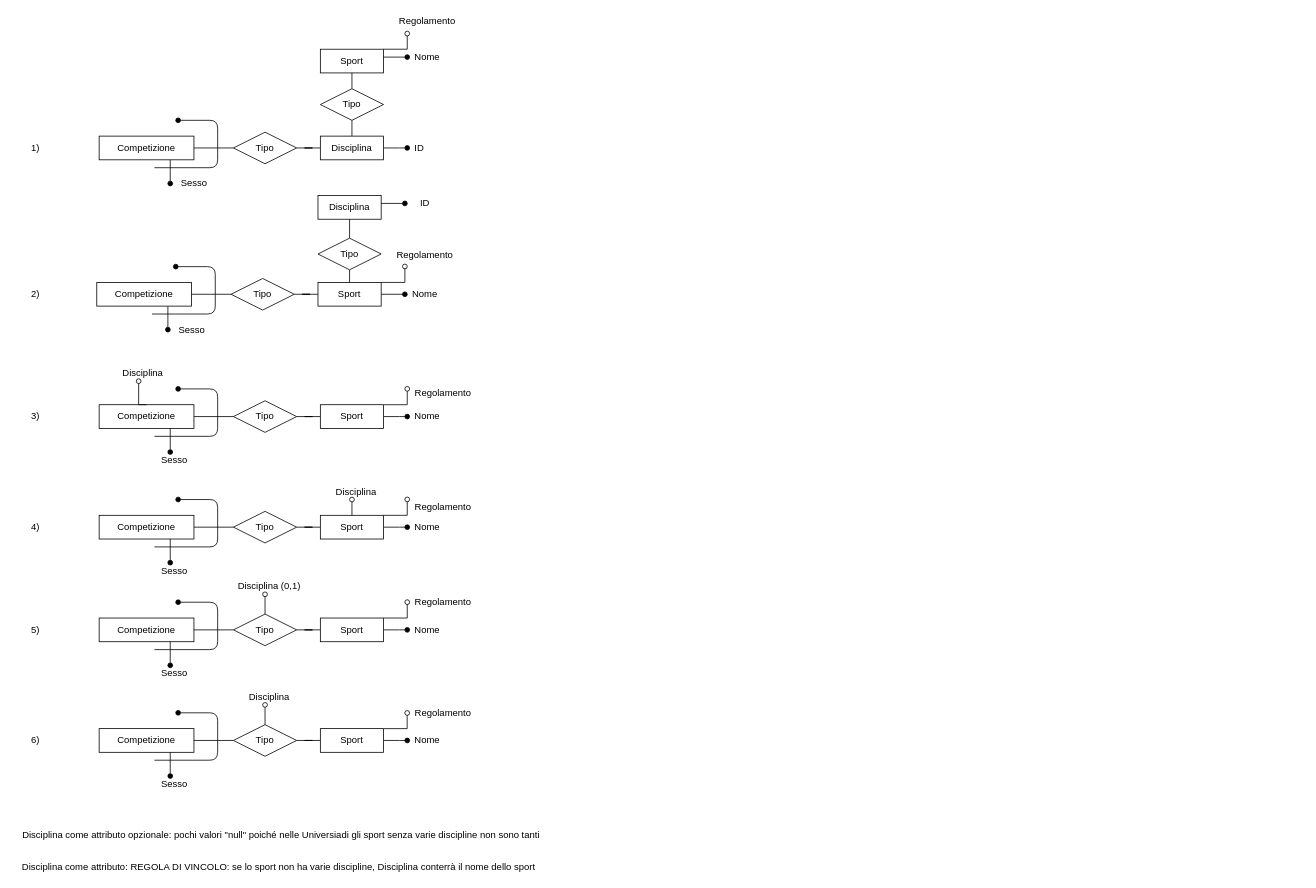
The draw.io diagram Varie opzioni Disciplina.drawio in giovannivelludo/database-project, before the edit. Source tidied: cells renumbered, new cells numbered last; positions are measured from the earlier drawing's top-left corner, leaving out a move shared by most shapes. Both pictures are drawn from the tidied source at 79%, with x=0, y=0 at pixel (13, 13).
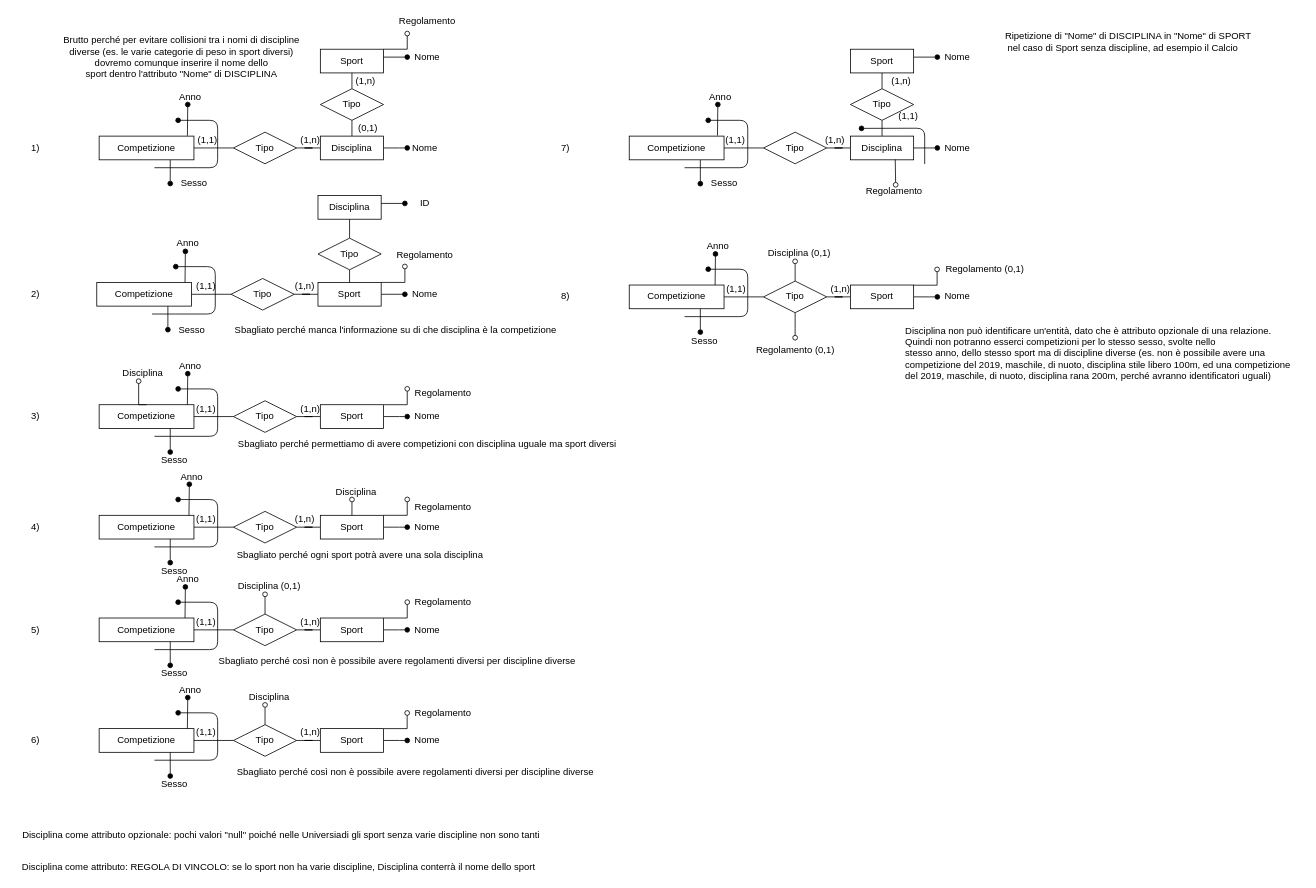
The same page after the edit.

Commit message:
Correzioni, aggiunta di alcune cardinalità

The change refers to these unchanged cells:
```xml
<mxCell id="74" value="Competizione" style="rounded=0;whiteSpace=wrap;html=1;" parent="1" vertex="1">
  <mxGeometry x="108" y="154.8" width="120" height="30" as="geometry" />
</mxCell>
```

What changed in the source:
```diff
@@
-    <mxCell id="86" value="ID" style="text;html=1;align=center;verticalAlign=middle;" parent="1" vertex="1">
-      <mxGeometry x="498" y="159.8" width="30" height="20" as="geometry" />
+    <mxCell id="86" value="&lt;div&gt;Nome&lt;/div&gt;" style="text;html=1;align=center;verticalAlign=middle;" parent="1" vertex="1">
+      <mxGeometry x="495" y="159.8" width="50" height="20" as="geometry" />
     </mxCell>
@@
+    <mxCell id="102" style="edgeStyle=orthogonalEdgeStyle;rounded=0;jettySize=auto;html=1;exitX=0.75;exitY=1;exitDx=0;exitDy=0;endArrow=oval;endFill=1;" parent="1" edge="1" source="103">
+      <mxGeometry relative="1" as="geometry">
+        <mxPoint x="869" y="215" as="targetPoint" />
+      </mxGeometry>
+    </mxCell>
+    <mxCell id="103" value="Competizione" style="rounded=0;whiteSpace=wrap;html=1;" parent="1" vertex="1">
+      <mxGeometry x="779" y="154.8" width="120" height="30" as="geometry" />
+    </mxCell>
+    <mxCell id="104" style="edgeStyle=orthogonalEdgeStyle;rounded=0;jettySize=auto;html=1;endArrow=none;endFill=0;" parent="1" edge="1" source="105" target="108">
+      <mxGeometry relative="1" as="geometry" />
+    </mxCell>
+    <mxCell id="105" value="Tipo" style="rhombus;whiteSpace=wrap;html=1;" parent="1" vertex="1">
+      <mxGeometry x="949" y="149.8" width="80" height="40" as="geometry" />
+    </mxCell>
+    <mxCell id="106" style="endArrow=none;html=1;entryX=0;entryY=0.5;entryDx=0;entryDy=0;exitX=1;exitY=0.5;exitDx=0;exitDy=0;" parent="1" edge="1" source="103" target="105">
+      <mxGeometry relative="1" as="geometry" />
+    </mxCell>
+    <mxCell id="107" style="edgeStyle=orthogonalEdgeStyle;rounded=0;jettySize=auto;html=1;endArrow=oval;endFill=1;" parent="1" edge="1" source="108">
+      <mxGeometry relative="1" as="geometry">
+        <mxPoint x="1169" y="169.8" as="targetPoint" />
+      </mxGeometry>
+    </mxCell>
+    <mxCell id="108" value="Disciplina" style="rounded=0;whiteSpace=wrap;html=1;" parent="1" vertex="1">
+      <mxGeometry x="1059" y="154.8" width="80" height="30" as="geometry" />
+    </mxCell>
+    <mxCell id="109" value="Sport" style="rounded=0;whiteSpace=wrap;html=1;" parent="1" vertex="1">
+      <mxGeometry x="1059" y="44.8" width="80" height="30" as="geometry" />
+    </mxCell>
+    <mxCell id="110" style="endArrow=oval;html=1;endFill=1;" parent="1" edge="1">
+      <mxGeometry relative="1" as="geometry">
+        <mxPoint x="849" y="194.8" as="sourcePoint" />
+        <mxPoint x="879" y="134.8" as="targetPoint" />
+        <Array as="points">
+          <mxPoint x="929" y="194.8" />
+          <mxPoint x="929" y="134.8" />
+        </Array>
+      </mxGeometry>
+    </mxCell>
+    <mxCell id="111" value="Sesso" style="text;html=1;align=center;verticalAlign=middle;" parent="1" vertex="1">
+      <mxGeometry x="874" y="204.8" width="50" height="20" as="geometry" />
+    </mxCell>
+    <mxCell id="112" style="edgeStyle=orthogonalEdgeStyle;rounded=0;orthogonalLoop=1;jettySize=auto;html=1;endArrow=oval;endFill=1;" parent="1" edge="1">
+      <mxGeometry relative="1" as="geometry">
+        <mxPoint x="1139" y="54.8" as="sourcePoint" />
+        <mxPoint x="1169" y="55" as="targetPoint" />
+      </mxGeometry>
+    </mxCell>
+    <mxCell id="113" value="&lt;div&gt;Nome&lt;/div&gt;" style="text;html=1;align=center;verticalAlign=middle;" parent="1" vertex="1">
+      <mxGeometry x="1169" y="159.8" width="50" height="20" as="geometry" />
+    </mxCell>
+    <mxCell id="114" value="Nome" style="text;html=1;align=center;verticalAlign=middle;" parent="1" vertex="1">
+      <mxGeometry x="1169" y="44.8" width="50" height="20" as="geometry" />
+    </mxCell>
+    <mxCell id="115" style="edgeStyle=orthogonalEdgeStyle;rounded=0;jettySize=auto;html=1;exitX=0.5;exitY=1;exitDx=0;exitDy=0;entryX=0.5;entryY=0;entryDx=0;entryDy=0;endArrow=none;endFill=0;" parent="1" edge="1" source="117" target="108">
+      <mxGeometry relative="1" as="geometry" />
+    </mxCell>
+    <mxCell id="116" style="edgeStyle=orthogonalEdgeStyle;rounded=0;jettySize=auto;html=1;exitX=0.5;exitY=0;exitDx=0;exitDy=0;entryX=0.5;entryY=1;entryDx=0;entryDy=0;endArrow=none;endFill=0;" parent="1" edge="1" source="117" target="109">
+      <mxGeometry relative="1" as="geometry" />
+    </mxCell>
+    <mxCell id="117" value="Tipo" style="rhombus;whiteSpace=wrap;html=1;" parent="1" vertex="1">
+      <mxGeometry x="1059" y="94.8" width="80" height="40" as="geometry" />
+    </mxCell>
+    <mxCell id="118" value="&lt;div&gt;7)&lt;/div&gt;" style="text;html=1;align=center;verticalAlign=middle;" parent="1" vertex="1">
+      <mxGeometry x="683" y="159.8" width="30" height="20" as="geometry" />
+    </mxCell>
+    <mxCell id="119" style="endArrow=oval;html=1;endFill=1;" parent="1" edge="1">
+      <mxGeometry relative="1" as="geometry">
+        <mxPoint x="1153" y="190" as="sourcePoint" />
+        <mxPoint x="1073" y="145" as="targetPoint" />
+        <Array as="points">
+          <mxPoint x="1153" y="144.8" />
+        </Array>
+      </mxGeometry>
+    </mxCell>
+    <mxCell id="120" value="&lt;div&gt;(0,1)&lt;/div&gt;" style="text;html=1;align=center;verticalAlign=middle;" parent="1" vertex="1">
+      <mxGeometry x="428" y="134.8" width="40" height="20" as="geometry" />
+    </mxCell>
+    <mxCell id="121" value="(1,n)" style="text;html=1;align=center;verticalAlign=middle;" parent="1" vertex="1">
+      <mxGeometry x="425" y="74.8" width="40" height="20" as="geometry" />
+    </mxCell>
+    <mxCell id="122" value="&lt;div&gt;(1,1)&lt;/div&gt;" style="text;html=1;align=center;verticalAlign=middle;" parent="1" vertex="1">
+      <mxGeometry x="225" y="149.8" width="40" height="20" as="geometry" />
+    </mxCell>
+    <mxCell id="123" value="(1,n)" style="text;html=1;align=center;verticalAlign=middle;" parent="1" vertex="1">
+      <mxGeometry x="355" y="149.8" width="40" height="20" as="geometry" />
+    </mxCell>
+    <mxCell id="124" value="&lt;div&gt;(1,1)&lt;/div&gt;" style="text;html=1;align=center;verticalAlign=middle;" parent="1" vertex="1">
+      <mxGeometry x="223" y="335" width="40" height="20" as="geometry" />
+    </mxCell>
+    <mxCell id="125" value="&lt;div&gt;(1,1)&lt;/div&gt;" style="text;html=1;align=center;verticalAlign=middle;" parent="1" vertex="1">
+      <mxGeometry x="223" y="489.8" width="40" height="20" as="geometry" />
+    </mxCell>
+    <mxCell id="126" value="&lt;div&gt;(1,1)&lt;/div&gt;" style="text;html=1;align=center;verticalAlign=middle;" parent="1" vertex="1">
+      <mxGeometry x="223" y="629.8" width="40" height="20" as="geometry" />
+    </mxCell>
+    <mxCell id="127" value="&lt;div&gt;(1,1)&lt;/div&gt;" style="text;html=1;align=center;verticalAlign=middle;" parent="1" vertex="1">
+      <mxGeometry x="223" y="759.8" width="40" height="20" as="geometry" />
+    </mxCell>
+    <mxCell id="128" value="&lt;div&gt;(1,1)&lt;/div&gt;" style="text;html=1;align=center;verticalAlign=middle;" parent="1" vertex="1">
+      <mxGeometry x="223" y="899.8" width="40" height="20" as="geometry" />
+    </mxCell>
+    <mxCell id="129" value="&lt;div&gt;(1,1)&lt;/div&gt;" style="text;html=1;align=center;verticalAlign=middle;" parent="1" vertex="1">
+      <mxGeometry x="893" y="149.8" width="40" height="20" as="geometry" />
+    </mxCell>
+    <mxCell id="130" style="edgeStyle=orthogonalEdgeStyle;rounded=0;jettySize=auto;html=1;exitX=0.931;exitY=-0.017;exitDx=0;exitDy=0;entryX=0.429;entryY=1;entryDx=0;entryDy=0;entryPerimeter=0;endArrow=oval;endFill=1;exitPerimeter=0;" parent="1" edge="1" source="74" target="131">
+      <mxGeometry relative="1" as="geometry" />
+    </mxCell>
+    <mxCell id="131" value="Anno" style="text;html=1;align=center;verticalAlign=middle;points=[];" parent="1" vertex="1">
+      <mxGeometry x="203" y="94.8" width="40" height="20" as="geometry" />
+    </mxCell>
+    <mxCell id="132" value="Anno" style="text;html=1;align=center;verticalAlign=middle;points=[];" parent="1" vertex="1">
+      <mxGeometry x="200" y="280.7" width="40" height="20" as="geometry" />
+    </mxCell>
+    <mxCell id="133" style="edgeStyle=orthogonalEdgeStyle;rounded=0;jettySize=auto;html=1;exitX=0.931;exitY=-0.017;exitDx=0;exitDy=0;entryX=0.429;entryY=1;entryDx=0;entryDy=0;entryPerimeter=0;endArrow=oval;endFill=1;exitPerimeter=0;" parent="1" edge="1" target="132">
+      <mxGeometry relative="1" as="geometry">
+        <mxPoint x="216.7" y="340" as="sourcePoint" />
+      </mxGeometry>
+    </mxCell>
+    <mxCell id="134" value="Anno" style="text;html=1;align=center;verticalAlign=middle;points=[];" parent="1" vertex="1">
+      <mxGeometry x="203" y="435.5" width="40" height="20" as="geometry" />
+    </mxCell>
+    <mxCell id="135" style="edgeStyle=orthogonalEdgeStyle;rounded=0;jettySize=auto;html=1;exitX=0.931;exitY=-0.017;exitDx=0;exitDy=0;entryX=0.429;entryY=1;entryDx=0;entryDy=0;entryPerimeter=0;endArrow=oval;endFill=1;exitPerimeter=0;" parent="1" edge="1" target="134">
+      <mxGeometry relative="1" as="geometry">
+        <mxPoint x="219.7" y="494.8" as="sourcePoint" />
+      </mxGeometry>
+    </mxCell>
+    <mxCell id="136" value="Anno" style="text;html=1;align=center;verticalAlign=middle;points=[];" parent="1" vertex="1">
+      <mxGeometry x="205" y="575.5" width="40" height="20" as="geometry" />
+    </mxCell>
+    <mxCell id="137" style="edgeStyle=orthogonalEdgeStyle;rounded=0;jettySize=auto;html=1;exitX=0.931;exitY=-0.017;exitDx=0;exitDy=0;entryX=0.429;entryY=1;entryDx=0;entryDy=0;entryPerimeter=0;endArrow=oval;endFill=1;exitPerimeter=0;" parent="1" edge="1" target="136">
+      <mxGeometry relative="1" as="geometry">
+        <mxPoint x="221.7" y="634.8" as="sourcePoint" />
+      </mxGeometry>
+    </mxCell>
+    <mxCell id="138" value="Anno" style="text;html=1;align=center;verticalAlign=middle;points=[];" parent="1" vertex="1">
+      <mxGeometry x="200" y="705.5" width="40" height="20" as="geometry" />
+    </mxCell>
+    <mxCell id="139" style="edgeStyle=orthogonalEdgeStyle;rounded=0;jettySize=auto;html=1;exitX=0.931;exitY=-0.017;exitDx=0;exitDy=0;entryX=0.429;entryY=1;entryDx=0;entryDy=0;entryPerimeter=0;endArrow=oval;endFill=1;exitPerimeter=0;" parent="1" edge="1" target="138">
+      <mxGeometry relative="1" as="geometry">
+        <mxPoint x="216.7" y="764.8" as="sourcePoint" />
+      </mxGeometry>
+    </mxCell>
+    <mxCell id="140" value="Anno" style="text;html=1;align=center;verticalAlign=middle;points=[];" parent="1" vertex="1">
+      <mxGeometry x="203" y="845.5" width="40" height="20" as="geometry" />
+    </mxCell>
+    <mxCell id="141" style="edgeStyle=orthogonalEdgeStyle;rounded=0;jettySize=auto;html=1;exitX=0.931;exitY=-0.017;exitDx=0;exitDy=0;entryX=0.429;entryY=1;entryDx=0;entryDy=0;entryPerimeter=0;endArrow=oval;endFill=1;exitPerimeter=0;" parent="1" edge="1" target="140">
+      <mxGeometry relative="1" as="geometry">
+        <mxPoint x="219.7" y="904.8" as="sourcePoint" />
+      </mxGeometry>
+    </mxCell>
+    <mxCell id="142" value="Anno" style="text;html=1;align=center;verticalAlign=middle;points=[];" parent="1" vertex="1">
+      <mxGeometry x="874" y="94.8" width="40" height="20" as="geometry" />
+    </mxCell>
+    <mxCell id="143" style="edgeStyle=orthogonalEdgeStyle;rounded=0;jettySize=auto;html=1;exitX=0.931;exitY=-0.017;exitDx=0;exitDy=0;entryX=0.429;entryY=1;entryDx=0;entryDy=0;entryPerimeter=0;endArrow=oval;endFill=1;exitPerimeter=0;" parent="1" edge="1" target="142">
+      <mxGeometry relative="1" as="geometry">
+        <mxPoint x="890.7" y="154.1" as="sourcePoint" />
+      </mxGeometry>
+    </mxCell>
+    <mxCell id="144" value="(1,n)" style="text;html=1;align=center;verticalAlign=middle;" parent="1" vertex="1">
+      <mxGeometry x="348" y="335" width="40" height="20" as="geometry" />
+    </mxCell>
+    <mxCell id="145" value="(1,n)" style="text;html=1;align=center;verticalAlign=middle;" parent="1" vertex="1">
+      <mxGeometry x="355" y="489.8" width="40" height="20" as="geometry" />
+    </mxCell>
+    <mxCell id="146" value="(1,n)" style="text;html=1;align=center;verticalAlign=middle;" parent="1" vertex="1">
+      <mxGeometry x="348" y="629.8" width="40" height="20" as="geometry" />
+    </mxCell>
+    <mxCell id="147" value="(1,n)" style="text;html=1;align=center;verticalAlign=middle;" parent="1" vertex="1">
+      <mxGeometry x="355" y="759.8" width="40" height="20" as="geometry" />
+    </mxCell>
+    <mxCell id="148" value="(1,n)" style="text;html=1;align=center;verticalAlign=middle;" parent="1" vertex="1">
+      <mxGeometry x="355" y="899.8" width="40" height="20" as="geometry" />
+    </mxCell>
+    <mxCell id="149" value="(1,n)" style="text;html=1;align=center;verticalAlign=middle;" parent="1" vertex="1">
+      <mxGeometry x="1019" y="149.8" width="40" height="20" as="geometry" />
+    </mxCell>
+    <mxCell id="150" value="&lt;div&gt;Sbagliato perché manca l'informazione su di che disciplina è la competizione&lt;/div&gt;" style="text;html=1;align=center;verticalAlign=middle;" parent="1" vertex="1">
+      <mxGeometry x="263" y="390" width="440" height="20" as="geometry" />
+    </mxCell>
+    <mxCell id="151" value="&lt;div&gt;Sbagliato perché permettiamo di avere competizioni con disciplina uguale ma sport diversi&lt;/div&gt;" style="text;html=1;align=center;verticalAlign=middle;" parent="1" vertex="1">
+      <mxGeometry x="268" y="534.8" width="510" height="20" as="geometry" />
+    </mxCell>
+    <mxCell id="152" value="Sbagliato perché ogni sport potrà avere una sola disciplina" style="text;html=1;align=center;verticalAlign=middle;" parent="1" vertex="1">
+      <mxGeometry x="268" y="674.8" width="340" height="20" as="geometry" />
+    </mxCell>
+    <mxCell id="153" value="&lt;div&gt;Sbagliato perché così non è possibile avere regolamenti diversi per discipline diverse&lt;/div&gt;" style="text;html=1;align=center;verticalAlign=middle;" parent="1" vertex="1">
+      <mxGeometry x="245" y="809" width="480" height="20" as="geometry" />
+    </mxCell>
+    <mxCell id="154" value="&lt;div&gt;Sbagliato perché così non è possibile avere regolamenti diversi per discipline diverse&lt;/div&gt;" style="text;html=1;align=center;verticalAlign=middle;" parent="1" vertex="1">
+      <mxGeometry x="268" y="950" width="480" height="20" as="geometry" />
+    </mxCell>
+    <mxCell id="155" value="&lt;div&gt;Brutto perché per evitare collisioni tra i nomi di discipline&lt;/div&gt;&lt;div&gt;diverse (es. le varie categorie di peso in sport diversi)&lt;/div&gt;&lt;div&gt;dovremo comunque inserire il nome dello&lt;/div&gt;&lt;div&gt;sport dentro l'attributo &quot;Nome&quot; di DISCIPLINA&lt;br&gt;&lt;/div&gt;" style="text;html=1;align=center;verticalAlign=middle;" parent="1" vertex="1">
+      <mxGeometry x="52" y="24.8" width="320" height="60" as="geometry" />
+    </mxCell>
+    <mxCell id="156" value="Competizione" style="rounded=0;whiteSpace=wrap;html=1;" parent="1" vertex="1">
+      <mxGeometry x="779" y="343.3" width="120" height="30" as="geometry" />
+    </mxCell>
+    <mxCell id="157" style="edgeStyle=orthogonalEdgeStyle;rounded=0;jettySize=auto;html=1;endArrow=none;endFill=0;" parent="1" edge="1" source="160" target="163">
+      <mxGeometry relative="1" as="geometry" />
+    </mxCell>
+    <mxCell id="158" style="edgeStyle=orthogonalEdgeStyle;rounded=0;jettySize=auto;html=1;endArrow=oval;endFill=0;" parent="1" edge="1" source="160">
+      <mxGeometry relative="1" as="geometry">
+        <mxPoint x="989" y="313.3" as="targetPoint" />
+      </mxGeometry>
+    </mxCell>
+    <mxCell id="159" style="edgeStyle=orthogonalEdgeStyle;rounded=0;jettySize=auto;html=1;endArrow=oval;endFill=0;" parent="1" edge="1" source="160">
+      <mxGeometry relative="1" as="geometry">
+        <mxPoint x="989" y="410" as="targetPoint" />
+      </mxGeometry>
+    </mxCell>
+    <mxCell id="160" value="Tipo" style="rhombus;whiteSpace=wrap;html=1;" parent="1" vertex="1">
+      <mxGeometry x="949" y="338.3" width="80" height="40" as="geometry" />
+    </mxCell>
+    <mxCell id="161" style="endArrow=none;html=1;entryX=0;entryY=0.5;entryDx=0;entryDy=0;exitX=1;exitY=0.5;exitDx=0;exitDy=0;" parent="1" edge="1" source="156" target="160">
+      <mxGeometry relative="1" as="geometry" />
+    </mxCell>
+    <mxCell id="162" style="edgeStyle=orthogonalEdgeStyle;rounded=0;jettySize=auto;html=1;endArrow=oval;endFill=1;" parent="1" edge="1" source="163">
+      <mxGeometry relative="1" as="geometry">
+        <mxPoint x="1169" y="358.3" as="targetPoint" />
+      </mxGeometry>
+    </mxCell>
+    <mxCell id="163" value="Sport" style="rounded=0;whiteSpace=wrap;html=1;" parent="1" vertex="1">
+      <mxGeometry x="1059" y="343.3" width="80" height="30" as="geometry" />
+    </mxCell>
+    <mxCell id="164" style="endArrow=oval;html=1;endFill=1;" parent="1" edge="1">
+      <mxGeometry relative="1" as="geometry">
+        <mxPoint x="849" y="383.3" as="sourcePoint" />
+        <mxPoint x="879" y="323.3" as="targetPoint" />
+        <Array as="points">
+          <mxPoint x="929" y="383.3" />
+          <mxPoint x="929" y="323.3" />
+        </Array>
+      </mxGeometry>
+    </mxCell>
+    <mxCell id="165" value="Disciplina (0,1)" style="text;html=1;align=center;verticalAlign=middle;" parent="1" vertex="1">
+      <mxGeometry x="949" y="293.3" width="90" height="20" as="geometry" />
+    </mxCell>
+    <mxCell id="166" value="Nome" style="text;html=1;align=center;verticalAlign=middle;" parent="1" vertex="1">
+      <mxGeometry x="1169" y="348.3" width="50" height="20" as="geometry" />
+    </mxCell>
+    <mxCell id="167" value="Regolamento (0,1)" style="text;html=1;align=center;verticalAlign=middle;" parent="1" vertex="1">
+      <mxGeometry x="929" y="415.5" width="120" height="20" as="geometry" />
+    </mxCell>
+    <mxCell id="168" style="edgeStyle=orthogonalEdgeStyle;rounded=0;orthogonalLoop=1;jettySize=auto;html=1;exitX=0.75;exitY=1;exitDx=0;exitDy=0;endArrow=oval;endFill=1;" parent="1" edge="1">
+      <mxGeometry relative="1" as="geometry">
+        <mxPoint x="869" y="373.3" as="sourcePoint" />
+        <mxPoint x="869" y="402.9" as="targetPoint" />
+      </mxGeometry>
+    </mxCell>
+    <mxCell id="169" value="Sesso" style="text;html=1;align=center;verticalAlign=middle;" parent="1" vertex="1">
+      <mxGeometry x="849" y="403.5" width="50" height="20" as="geometry" />
+    </mxCell>
+    <mxCell id="170" value="&lt;div&gt;(1,1)&lt;/div&gt;" style="text;html=1;align=center;verticalAlign=middle;" parent="1" vertex="1">
+      <mxGeometry x="894" y="338.3" width="40" height="20" as="geometry" />
+    </mxCell>
+    <mxCell id="171" value="Anno" style="text;html=1;align=center;verticalAlign=middle;points=[];" parent="1" vertex="1">
+      <mxGeometry x="871" y="284" width="40" height="20" as="geometry" />
+    </mxCell>
+    <mxCell id="172" style="edgeStyle=orthogonalEdgeStyle;rounded=0;jettySize=auto;html=1;exitX=0.931;exitY=-0.017;exitDx=0;exitDy=0;entryX=0.429;entryY=1;entryDx=0;entryDy=0;entryPerimeter=0;endArrow=oval;endFill=1;exitPerimeter=0;" parent="1" edge="1" target="171">
+      <mxGeometry relative="1" as="geometry">
+        <mxPoint x="887.7" y="343.3" as="sourcePoint" />
+      </mxGeometry>
+    </mxCell>
+    <mxCell id="173" value="(1,n)" style="text;html=1;align=center;verticalAlign=middle;" parent="1" vertex="1">
+      <mxGeometry x="1026" y="338.3" width="40" height="20" as="geometry" />
+    </mxCell>
+    <mxCell id="174" value="8)" style="text;html=1;align=center;verticalAlign=middle;" parent="1" vertex="1">
+      <mxGeometry x="683" y="348.3" width="30" height="20" as="geometry" />
+    </mxCell>
+    <mxCell id="175" value="&lt;div&gt;Regolamento (0,1)&lt;/div&gt;" style="text;html=1;align=center;verticalAlign=middle;" parent="1" vertex="1">
+      <mxGeometry x="1169" y="313.3" width="120" height="20" as="geometry" />
+    </mxCell>
+    <mxCell id="176" style="edgeStyle=orthogonalEdgeStyle;rounded=0;orthogonalLoop=1;jettySize=auto;html=1;exitX=1;exitY=0;exitDx=0;exitDy=0;endArrow=oval;endFill=0;" parent="1" edge="1">
+      <mxGeometry relative="1" as="geometry">
+        <mxPoint x="1139" y="343.5" as="sourcePoint" />
+        <mxPoint x="1168.7" y="323.5" as="targetPoint" />
+      </mxGeometry>
+    </mxCell>
+    <mxCell id="177" value="&lt;div align=&quot;left&quot;&gt;Ripetizione di &quot;Nome&quot; di DISCIPLINA in &quot;Nome&quot; di SPORT&lt;br&gt;&lt;/div&gt;&lt;div align=&quot;left&quot;&gt;&amp;nbsp;nel caso di Sport senza discipline, ad esempio il Calcio&lt;/div&gt;" style="text;html=1;align=left;verticalAlign=middle;" parent="1" vertex="1">
+      <mxGeometry x="1253" y="19.8" width="330" height="30" as="geometry" />
+    </mxCell>
+    <mxCell id="178" value="Regolamento" style="text;html=1;align=center;verticalAlign=middle;points=[];" parent="1" vertex="1">
+      <mxGeometry x="1069" y="215" width="90" height="20" as="geometry" />
+    </mxCell>
+    <mxCell id="179" style="edgeStyle=orthogonalEdgeStyle;rounded=0;jettySize=auto;html=1;exitX=0.709;exitY=0.987;exitDx=0;exitDy=0;endArrow=oval;endFill=0;entryX=0.525;entryY=0.07;entryDx=0;entryDy=0;entryPerimeter=0;exitPerimeter=0;" parent="1" edge="1" source="108" target="178">
+      <mxGeometry relative="1" as="geometry" />
+    </mxCell>
+    <mxCell id="180" value="&lt;div align=&quot;left&quot;&gt;Disciplina non può identificare un'entità, dato che è attributo opzionale di una relazione.&lt;/div&gt;&lt;div align=&quot;left&quot;&gt;Quindi non potranno esserci competizioni per lo stesso sesso, svolte nello&lt;/div&gt;&lt;div align=&quot;left&quot;&gt;stesso anno, dello stesso sport ma di discipline diverse (es. non è possibile avere una&lt;/div&gt;&lt;div align=&quot;left&quot;&gt;competizione del 2019, maschile, di nuoto, disciplina stile libero 100m, ed una competizione&lt;/div&gt;&lt;div align=&quot;left&quot;&gt;del 2019, maschile, di nuoto, disciplina rana 200m, perché avranno identificatori uguali)&lt;br&gt;&lt;/div&gt;" style="text;html=1;align=center;verticalAlign=middle;" parent="1" vertex="1">
+      <mxGeometry x="1111.6" y="390" width="520" height="80" as="geometry" />
+    </mxCell>
+    <mxCell id="181" value="(1,1)" style="text;html=1;align=center;verticalAlign=middle;" parent="1" vertex="1">
+      <mxGeometry x="1111.6" y="120" width="40" height="20" as="geometry" />
+    </mxCell>
+    <mxCell id="182" value="(1,n)" style="text;html=1;align=center;verticalAlign=middle;" parent="1" vertex="1">
+      <mxGeometry x="1103" y="74.8" width="40" height="20" as="geometry" />
+    </mxCell>
```
